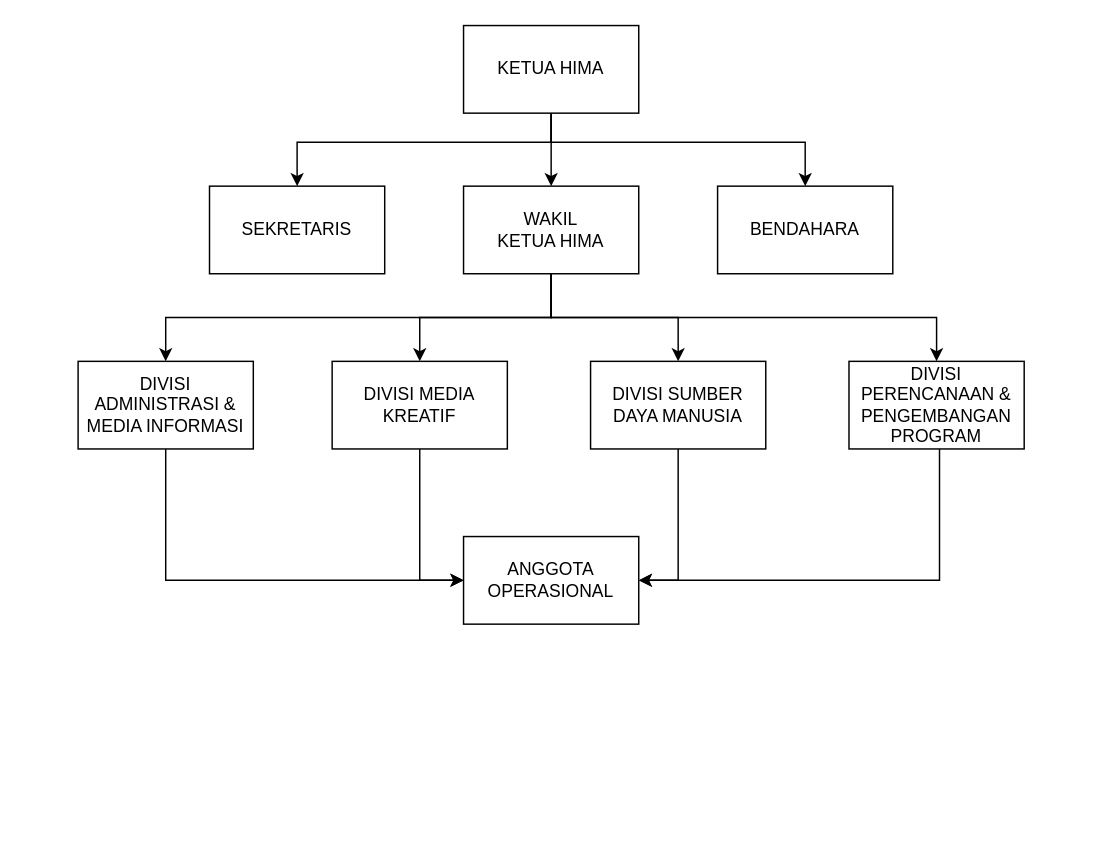
himsisfo-unsia/masterplan-2026-2027 keeps this draw.io diagram as page "STRUKTUR ORGANISASI" (3 of 3) of focus-tree.drawio. Above is the earlier version. Source tidied: cells renumbered, new cells numbered last; positions are measured from the earlier drawing's top-left corner, leaving out a move shared by most shapes. Both pictures are drawn from the tidied source at 146%, with x=0, y=0 at pixel (77, 25).
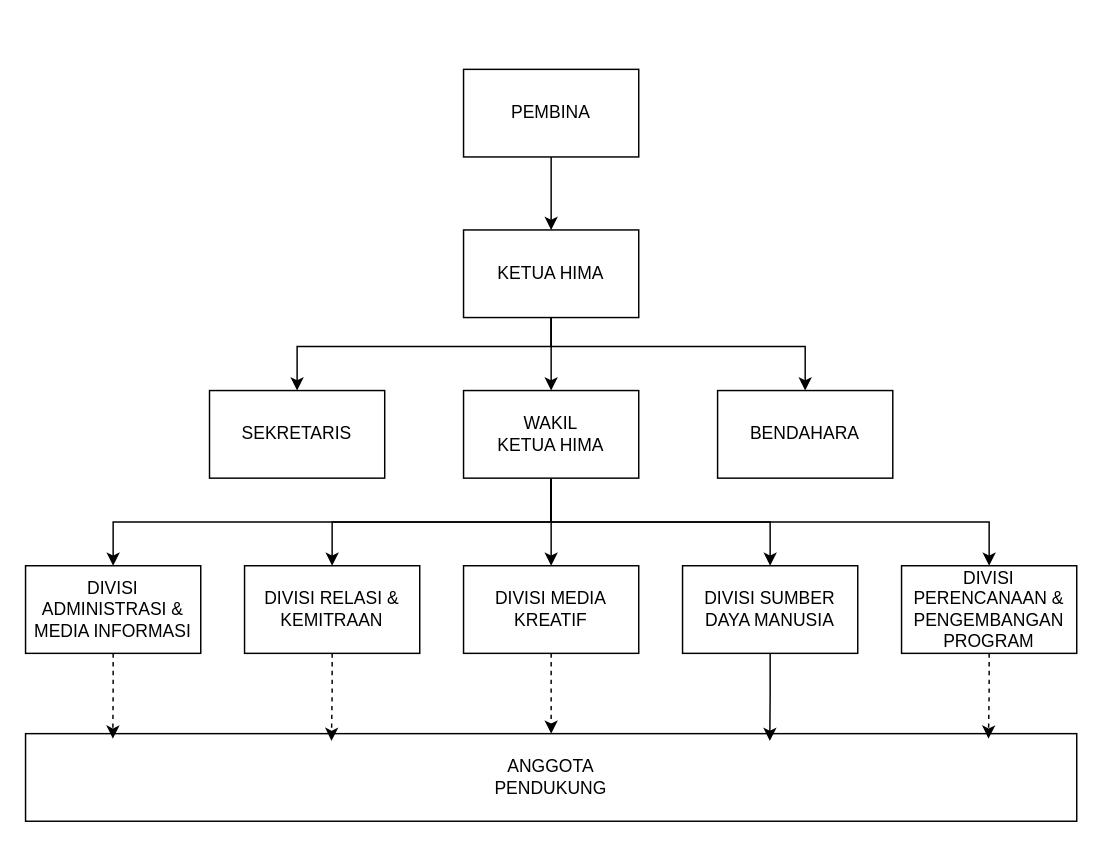
Above is the later version.

The edit, as a diff of the source:
```diff
@@
     <mxCell id="2" style="edgeStyle=orthogonalEdgeStyle;rounded=0;jettySize=auto;html=1;entryX=0.5;entryY=0;entryDx=0;entryDy=0;" parent="1" edge="1" source="5" target="11">
       <mxGeometry relative="1" as="geometry">
         <Array as="points">
-          <mxPoint x="324" y="79.9" />
-          <mxPoint x="150" y="79.9" />
+          <mxPoint x="324" y="219.9" />
+          <mxPoint x="150" y="219.9" />
         </Array>
       </mxGeometry>
     </mxCell>
     <mxCell id="3" style="edgeStyle=orthogonalEdgeStyle;rounded=0;jettySize=auto;html=1;" parent="1" edge="1" source="5" target="12">
       <mxGeometry relative="1" as="geometry">
         <Array as="points">
-          <mxPoint x="324" y="79.9" />
-          <mxPoint x="498" y="79.9" />
+          <mxPoint x="324" y="219.9" />
+          <mxPoint x="498" y="219.9" />
         </Array>
       </mxGeometry>
     </mxCell>
@@
     <mxCell id="5" value="KETUA HIMA" style="rounded=0;whiteSpace=wrap;html=1;" parent="1" vertex="1">
-      <mxGeometry x="264" width="120" height="60" as="geometry" />
+      <mxGeometry x="264" y="140" width="120" height="60" as="geometry" />
     </mxCell>
+    <mxCell id="8" style="edgeStyle=orthogonalEdgeStyle;rounded=0;jettySize=auto;html=1;entryX=0.5;entryY=0;entryDx=0;entryDy=0;" parent="1" edge="1" source="10" target="16">
+      <mxGeometry relative="1" as="geometry" />
+    </mxCell>
+    <mxCell id="22" style="edgeStyle=orthogonalEdgeStyle;rounded=0;jettySize=auto;html=1;entryX=0.5;entryY=0;entryDx=0;entryDy=0;" parent="1" edge="1" source="10" target="25">
+      <mxGeometry relative="1" as="geometry">
+        <Array as="points">
+          <mxPoint x="324" y="340" />
+          <mxPoint x="174" y="340" />
+        </Array>
+      </mxGeometry>
+    </mxCell>
+    <mxCell id="9" style="edgeStyle=orthogonalEdgeStyle;rounded=0;jettySize=auto;html=1;" parent="1" edge="1" source="10" target="18">
+      <mxGeometry relative="1" as="geometry">
+        <Array as="points">
+          <mxPoint x="324" y="340" />
+          <mxPoint x="24" y="340" />
+        </Array>
+      </mxGeometry>
+    </mxCell>
-    <mxCell id="6" style="edgeStyle=orthogonalEdgeStyle;rounded=0;jettySize=auto;html=1;entryX=0.5;entryY=0;entryDx=0;entryDy=0;" parent="1" edge="1" source="10" target="20">
-      <mxGeometry relative="1" as="geometry" />
+    <mxCell id="6" style="edgeStyle=orthogonalEdgeStyle;rounded=0;jettySize=auto;html=1;" parent="1" edge="1" source="10" target="20">
+      <mxGeometry relative="1" as="geometry">
+        <Array as="points">
+          <mxPoint x="324" y="340" />
+          <mxPoint x="474" y="340" />
+        </Array>
+      </mxGeometry>
     </mxCell>
     <mxCell id="7" style="edgeStyle=orthogonalEdgeStyle;rounded=0;jettySize=auto;html=1;" parent="1" edge="1" source="10" target="14">
       <mxGeometry relative="1" as="geometry">
         <Array as="points">
-          <mxPoint x="324" y="199.9" />
-          <mxPoint x="588" y="199.9" />
+          <mxPoint x="324" y="340" />
+          <mxPoint x="624" y="340" />
         </Array>
       </mxGeometry>
     </mxCell>
-    <mxCell id="8" style="edgeStyle=orthogonalEdgeStyle;rounded=0;jettySize=auto;html=1;entryX=0.5;entryY=0;entryDx=0;entryDy=0;" parent="1" edge="1" source="10" target="16">
-      <mxGeometry relative="1" as="geometry" />
-    </mxCell>
-    <mxCell id="9" style="edgeStyle=orthogonalEdgeStyle;rounded=0;jettySize=auto;html=1;" parent="1" edge="1" source="10" target="18">
-      <mxGeometry relative="1" as="geometry">
-        <Array as="points">
-          <mxPoint x="324" y="199.9" />
-          <mxPoint x="60" y="199.9" />
-        </Array>
-      </mxGeometry>
-    </mxCell>
     <mxCell id="10" value="WAKIL&lt;br&gt;KETUA HIMA" style="rounded=0;whiteSpace=wrap;html=1;" parent="1" vertex="1">
-      <mxGeometry x="264" y="110" width="120" height="60" as="geometry" />
+      <mxGeometry x="264" y="250" width="120" height="60" as="geometry" />
     </mxCell>
     <mxCell id="11" value="SEKRETARIS" style="rounded=0;whiteSpace=wrap;html=1;" parent="1" vertex="1">
-      <mxGeometry x="90" y="110" width="120" height="60" as="geometry" />
+      <mxGeometry x="90" y="250" width="120" height="60" as="geometry" />
     </mxCell>
     <mxCell id="12" value="BENDAHARA" style="rounded=0;whiteSpace=wrap;html=1;" parent="1" vertex="1">
-      <mxGeometry x="438" y="110" width="120" height="60" as="geometry" />
+      <mxGeometry x="438" y="250" width="120" height="60" as="geometry" />
     </mxCell>
-    <mxCell id="13" style="edgeStyle=orthogonalEdgeStyle;rounded=0;jettySize=auto;html=1;entryX=1;entryY=0.5;entryDx=0;entryDy=0;" parent="1" edge="1" source="14" target="21">
-      <mxGeometry relative="1" as="geometry">
-        <Array as="points">
-          <mxPoint x="590" y="380" />
-        </Array>
-      </mxGeometry>
-    </mxCell>
     <mxCell id="14" value="DIVISI PERENCANAAN &amp;amp; PENGEMBANGAN PROGRAM" style="rounded=0;whiteSpace=wrap;html=1;" parent="1" vertex="1">
-      <mxGeometry x="528" y="230" width="120" height="60" as="geometry" />
+      <mxGeometry x="564" y="370" width="120" height="60" as="geometry" />
     </mxCell>
-    <mxCell id="15" style="edgeStyle=orthogonalEdgeStyle;rounded=0;jettySize=auto;html=1;entryX=0;entryY=0.5;entryDx=0;entryDy=0;" parent="1" edge="1" source="16" target="21">
-      <mxGeometry relative="1" as="geometry">
-        <Array as="points">
-          <mxPoint x="234" y="380" />
-        </Array>
-      </mxGeometry>
+    <mxCell id="15" style="edgeStyle=orthogonalEdgeStyle;rounded=0;jettySize=auto;html=1;entryX=0.5;entryY=0;entryDx=0;entryDy=0;dashed=1;" parent="1" edge="1" source="16" target="21">
+      <mxGeometry relative="1" as="geometry" />
     </mxCell>
     <mxCell id="16" value="DIVISI MEDIA KREATIF" style="rounded=0;whiteSpace=wrap;html=1;" parent="1" vertex="1">
-      <mxGeometry x="174" y="230" width="120" height="60" as="geometry" />
+      <mxGeometry x="264" y="370" width="120" height="60" as="geometry" />
     </mxCell>
-    <mxCell id="17" style="edgeStyle=orthogonalEdgeStyle;rounded=0;jettySize=auto;html=1;entryX=0;entryY=0.5;entryDx=0;entryDy=0;" parent="1" edge="1" source="18" target="21">
-      <mxGeometry relative="1" as="geometry">
-        <Array as="points">
-          <mxPoint x="60" y="380" />
-        </Array>
-      </mxGeometry>
-    </mxCell>
     <mxCell id="18" value="DIVISI ADMINISTRASI &amp;amp; MEDIA INFORMASI" style="rounded=0;whiteSpace=wrap;html=1;" parent="1" vertex="1">
-      <mxGeometry y="230" width="120" height="60" as="geometry" />
+      <mxGeometry x="-36" y="370" width="120" height="60" as="geometry" />
     </mxCell>
-    <mxCell id="19" style="edgeStyle=orthogonalEdgeStyle;rounded=0;jettySize=auto;html=1;" parent="1" edge="1" source="20" target="21">
-      <mxGeometry relative="1" as="geometry">
-        <Array as="points">
-          <mxPoint x="411" y="380" />
-        </Array>
-      </mxGeometry>
-    </mxCell>
     <mxCell id="20" value="DIVISI SUMBER DAYA MANUSIA" style="rounded=0;whiteSpace=wrap;html=1;" parent="1" vertex="1">
-      <mxGeometry x="351" y="230" width="120" height="60" as="geometry" />
+      <mxGeometry x="414" y="370" width="120" height="60" as="geometry" />
     </mxCell>
-    <mxCell id="21" value="ANGGOTA&lt;br&gt;OPERASIONAL" style="rounded=0;whiteSpace=wrap;html=1;" parent="1" vertex="1">
-      <mxGeometry x="264" y="350" width="120" height="60" as="geometry" />
+    <mxCell id="21" value="ANGGOTA&lt;br&gt;PENDUKUNG" style="rounded=0;whiteSpace=wrap;html=1;" parent="1" vertex="1">
+      <mxGeometry x="-36" y="485" width="720" height="60" as="geometry" />
     </mxCell>
+    <mxCell id="23" style="edgeStyle=orthogonalEdgeStyle;rounded=0;jettySize=auto;html=1;entryX=0.5;entryY=0;entryDx=0;entryDy=0;" parent="1" edge="1" source="24" target="5">
+      <mxGeometry relative="1" as="geometry" />
+    </mxCell>
+    <mxCell id="24" value="PEMBINA" style="rounded=0;whiteSpace=wrap;html=1;" parent="1" vertex="1">
+      <mxGeometry x="264" y="30" width="120" height="60" as="geometry" />
+    </mxCell>
+    <mxCell id="25" value="DIVISI RELASI &amp;amp; KEMITRAAN" style="rounded=0;whiteSpace=wrap;html=1;" parent="1" vertex="1">
+      <mxGeometry x="114" y="370" width="120" height="60" as="geometry" />
+    </mxCell>
+    <mxCell id="19" style="edgeStyle=orthogonalEdgeStyle;rounded=0;jettySize=auto;html=1;entryX=0.708;entryY=0.083;entryDx=0;entryDy=0;entryPerimeter=0;" parent="1" edge="1" source="20" target="21">
+      <mxGeometry relative="1" as="geometry" />
+    </mxCell>
+    <mxCell id="13" style="edgeStyle=orthogonalEdgeStyle;rounded=0;jettySize=auto;html=1;entryX=0.916;entryY=0.057;entryDx=0;entryDy=0;entryPerimeter=0;dashed=1;" parent="1" edge="1" source="14" target="21">
+      <mxGeometry relative="1" as="geometry" />
+    </mxCell>
+    <mxCell id="26" style="edgeStyle=orthogonalEdgeStyle;rounded=0;jettySize=auto;html=1;entryX=0.291;entryY=0.083;entryDx=0;entryDy=0;entryPerimeter=0;dashed=1;" parent="1" edge="1" source="25" target="21">
+      <mxGeometry relative="1" as="geometry" />
+    </mxCell>
+    <mxCell id="17" style="edgeStyle=orthogonalEdgeStyle;rounded=0;jettySize=auto;html=1;entryX=0.083;entryY=0.057;entryDx=0;entryDy=0;entryPerimeter=0;dashed=1;" parent="1" edge="1" source="18" target="21">
+      <mxGeometry relative="1" as="geometry" />
+    </mxCell>
```
